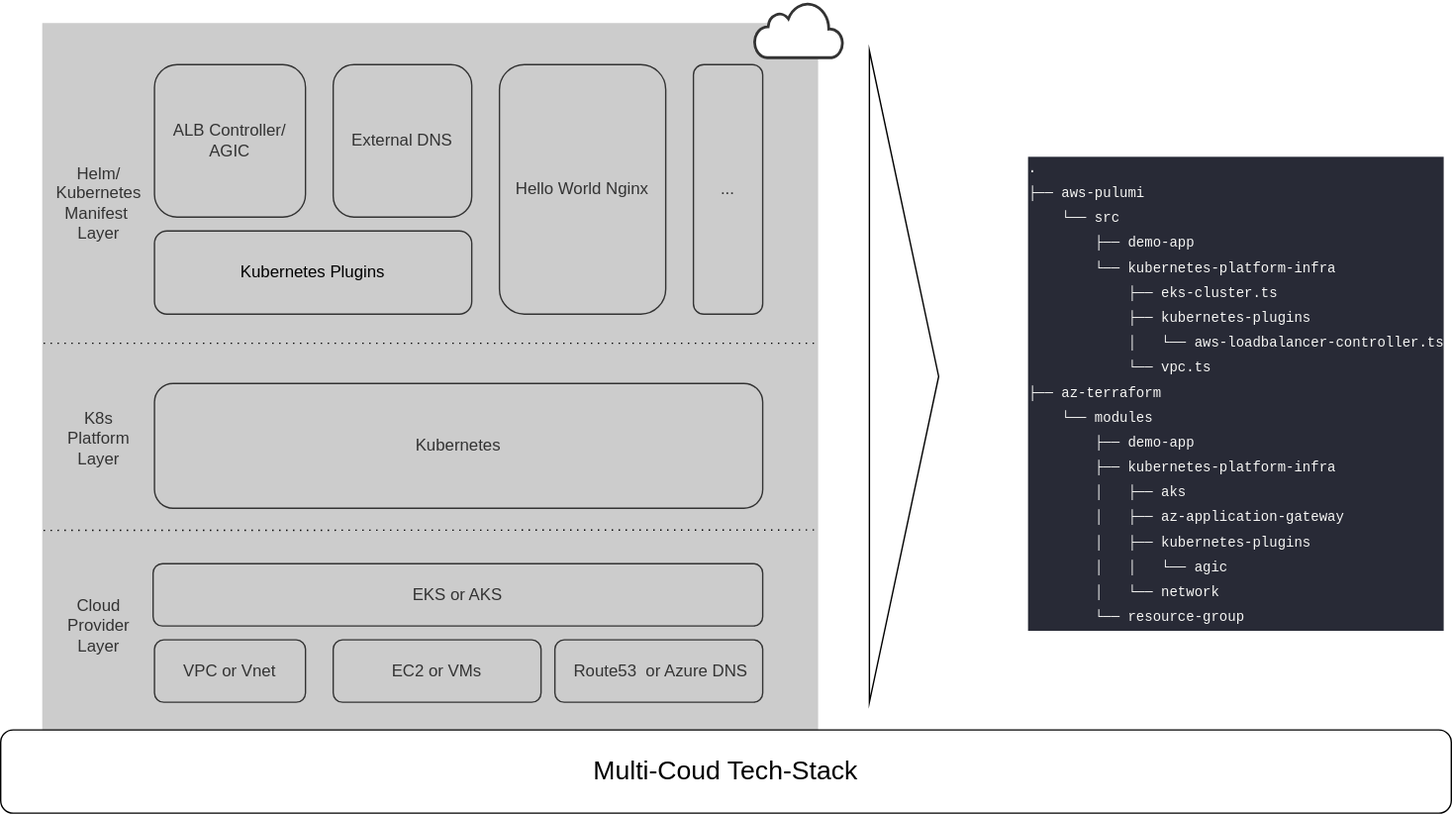
The draw.io diagram images/cloud-agnostic-tech-stack.svg in flo-kn/cloud-agnostic-container-mgmt, before a commit. Source tidied: cells renumbered, new cells last; positions are measured from the earlier drawing's top-left corner, leaving out a move shared by most shapes.
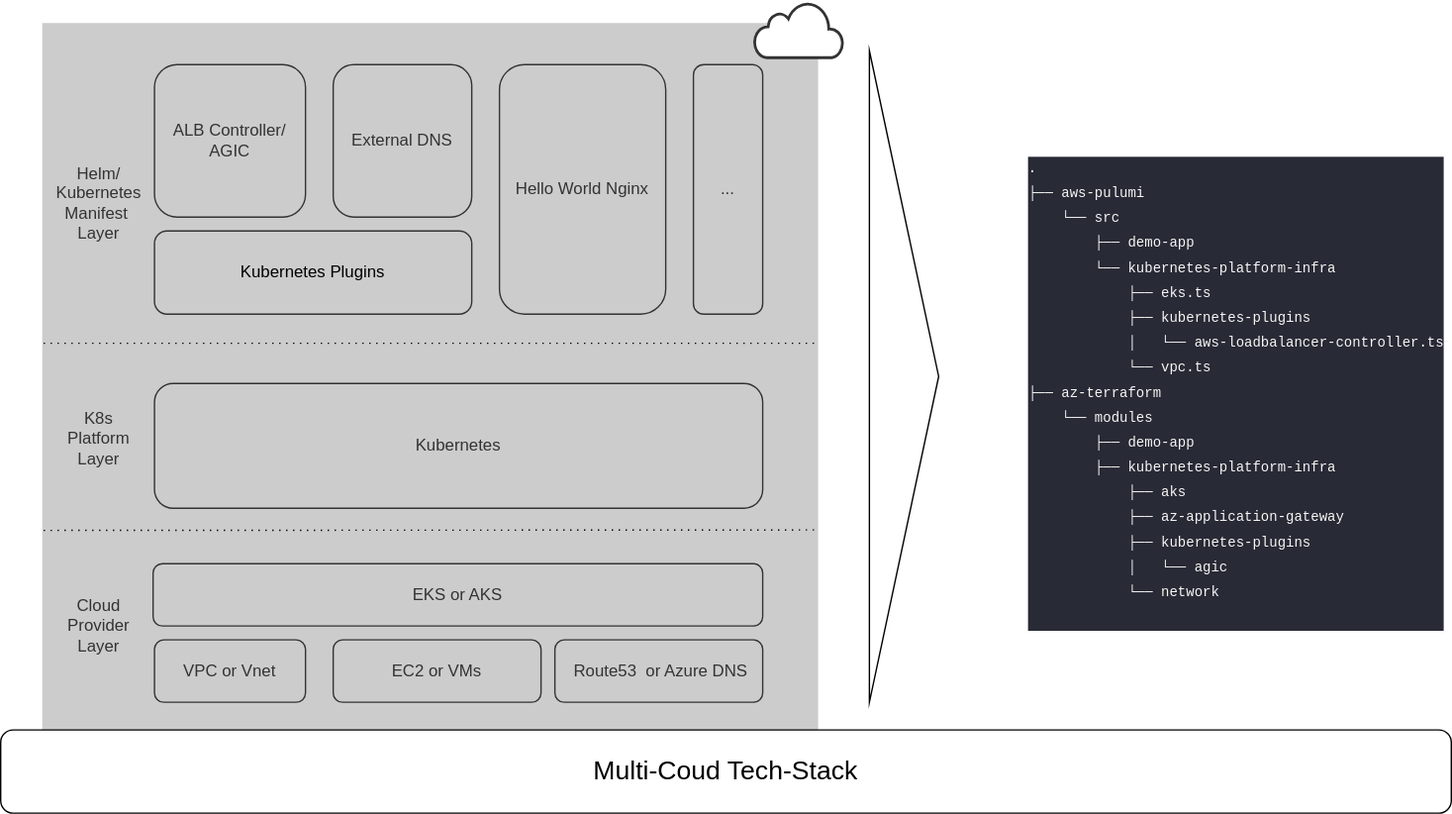
The same diagram one commit later.

What changed in the source:
```diff
@@ -61,7 +61,7 @@
     <mxCell id="19" value="Multi-Coud Tech-Stack" style="rounded=1;whiteSpace=wrap;html=1;fontSize=19;" parent="1" vertex="1">
       <mxGeometry y="525" width="1047" height="60" as="geometry" />
     </mxCell>
-    <mxCell id="20" value="&lt;div style=&quot;color: rgb(246, 246, 244); background-color: rgb(40, 42, 54); font-weight: normal; font-size: 10px; line-height: 18px;&quot;&gt;&lt;div&gt;&lt;span style=&quot;color: #f6f6f4;&quot;&gt;.&lt;/span&gt;&lt;/div&gt;&lt;div&gt;&lt;span style=&quot;color: #f6f6f4;&quot;&gt;├── aws-pulumi&lt;/span&gt;&lt;/div&gt;&lt;div&gt;&lt;span style=&quot;color: #f6f6f4;&quot;&gt;&amp;nbsp; &amp;nbsp; └── src&lt;/span&gt;&lt;/div&gt;&lt;div&gt;&lt;span style=&quot;color: #f6f6f4;&quot;&gt;&amp;nbsp; &amp;nbsp; &amp;nbsp; &amp;nbsp; ├── demo-app&lt;/span&gt;&lt;/div&gt;&lt;div&gt;&lt;span style=&quot;color: #f6f6f4;&quot;&gt;&amp;nbsp; &amp;nbsp; &amp;nbsp; &amp;nbsp; └── kubernetes-platform-infra&lt;/span&gt;&lt;/div&gt;&lt;div&gt;&lt;span style=&quot;color: #f6f6f4;&quot;&gt;&amp;nbsp; &amp;nbsp; &amp;nbsp; &amp;nbsp; &amp;nbsp; &amp;nbsp; ├── eks-cluster.ts&lt;/span&gt;&lt;/div&gt;&lt;div&gt;&lt;span style=&quot;color: #f6f6f4;&quot;&gt;&amp;nbsp; &amp;nbsp; &amp;nbsp; &amp;nbsp; &amp;nbsp; &amp;nbsp; ├── kubernetes-plugins&lt;/span&gt;&lt;/div&gt;&lt;div&gt;&lt;span style=&quot;color: #f6f6f4;&quot;&gt;&amp;nbsp; &amp;nbsp; &amp;nbsp; &amp;nbsp; &amp;nbsp; &amp;nbsp; │&amp;nbsp; &amp;nbsp;└── aws-loadbalancer-controller.ts&lt;/span&gt;&lt;/div&gt;&lt;div&gt;&lt;span style=&quot;color: #f6f6f4;&quot;&gt;&amp;nbsp; &amp;nbsp; &amp;nbsp; &amp;nbsp; &amp;nbsp; &amp;nbsp; └── vpc.ts&lt;/span&gt;&lt;/div&gt;&lt;div&gt;&lt;span style=&quot;color: #f6f6f4;&quot;&gt;├── az-terraform&lt;/span&gt;&lt;/div&gt;&lt;div&gt;&lt;span style=&quot;color: #f6f6f4;&quot;&gt;&amp;nbsp; &amp;nbsp; └── modules&lt;/span&gt;&lt;/div&gt;&lt;div&gt;&lt;span style=&quot;color: #f6f6f4;&quot;&gt;&amp;nbsp; &amp;nbsp; &amp;nbsp; &amp;nbsp; ├── demo-app&lt;/span&gt;&lt;/div&gt;&lt;div&gt;&lt;span style=&quot;color: #f6f6f4;&quot;&gt;&amp;nbsp; &amp;nbsp; &amp;nbsp; &amp;nbsp; ├── kubernetes-platform-infra&lt;/span&gt;&lt;/div&gt;&lt;div&gt;&lt;span style=&quot;color: #f6f6f4;&quot;&gt;&amp;nbsp; &amp;nbsp; &amp;nbsp; &amp;nbsp; │&amp;nbsp; &amp;nbsp;├── aks&lt;/span&gt;&lt;/div&gt;&lt;div&gt;&lt;span style=&quot;color: #f6f6f4;&quot;&gt;&amp;nbsp; &amp;nbsp; &amp;nbsp; &amp;nbsp; │&amp;nbsp; &amp;nbsp;├── az-application-gateway&lt;/span&gt;&lt;/div&gt;&lt;div&gt;&lt;span style=&quot;color: #f6f6f4;&quot;&gt;&amp;nbsp; &amp;nbsp; &amp;nbsp; &amp;nbsp; │&amp;nbsp; &amp;nbsp;├── kubernetes-plugins&lt;/span&gt;&lt;/div&gt;&lt;div&gt;&lt;span style=&quot;color: #f6f6f4;&quot;&gt;&amp;nbsp; &amp;nbsp; &amp;nbsp; &amp;nbsp; │&amp;nbsp; &amp;nbsp;│&amp;nbsp; &amp;nbsp;└── agic&lt;/span&gt;&lt;/div&gt;&lt;div&gt;&lt;span style=&quot;color: #f6f6f4;&quot;&gt;&amp;nbsp; &amp;nbsp; &amp;nbsp; &amp;nbsp; │&amp;nbsp; &amp;nbsp;└── network&lt;/span&gt;&lt;/div&gt;&lt;div&gt;&lt;span style=&quot;color: #f6f6f4;&quot;&gt;&amp;nbsp; &amp;nbsp; &amp;nbsp; &amp;nbsp; └── resource-group&lt;/span&gt;&lt;/div&gt;&lt;/div&gt;" style="text;whiteSpace=wrap;html=1;fontFamily=Courier New;" parent="1" vertex="1">
+    <mxCell id="20" value="&lt;div style=&quot;color: rgb(246, 246, 244); background-color: rgb(40, 42, 54); font-weight: normal; font-size: 10px; line-height: 18px;&quot;&gt;&lt;div&gt;&lt;span style=&quot;color: #f6f6f4;&quot;&gt;.&lt;/span&gt;&lt;/div&gt;&lt;div&gt;&lt;span style=&quot;color: #f6f6f4;&quot;&gt;├── aws-pulumi&lt;/span&gt;&lt;/div&gt;&lt;div&gt;&lt;span style=&quot;color: #f6f6f4;&quot;&gt;&amp;nbsp; &amp;nbsp; └── src&lt;/span&gt;&lt;/div&gt;&lt;div&gt;&lt;span style=&quot;color: #f6f6f4;&quot;&gt;&amp;nbsp; &amp;nbsp; &amp;nbsp; &amp;nbsp; ├── demo-app&lt;/span&gt;&lt;/div&gt;&lt;div&gt;&lt;span style=&quot;color: #f6f6f4;&quot;&gt;&amp;nbsp; &amp;nbsp; &amp;nbsp; &amp;nbsp; └── kubernetes-platform-infra&lt;/span&gt;&lt;/div&gt;&lt;div&gt;&lt;span style=&quot;color: #f6f6f4;&quot;&gt;&amp;nbsp; &amp;nbsp; &amp;nbsp; &amp;nbsp; &amp;nbsp; &amp;nbsp; ├── eks.ts&lt;/span&gt;&lt;/div&gt;&lt;div&gt;&lt;span style=&quot;color: #f6f6f4;&quot;&gt;&amp;nbsp; &amp;nbsp; &amp;nbsp; &amp;nbsp; &amp;nbsp; &amp;nbsp; ├── kubernetes-plugins&lt;/span&gt;&lt;/div&gt;&lt;div&gt;&lt;span style=&quot;color: #f6f6f4;&quot;&gt;&amp;nbsp; &amp;nbsp; &amp;nbsp; &amp;nbsp; &amp;nbsp; &amp;nbsp; │&amp;nbsp; &amp;nbsp;└── aws-loadbalancer-controller.ts&lt;/span&gt;&lt;/div&gt;&lt;div&gt;&lt;span style=&quot;color: #f6f6f4;&quot;&gt;&amp;nbsp; &amp;nbsp; &amp;nbsp; &amp;nbsp; &amp;nbsp; &amp;nbsp; └── vpc.ts&lt;/span&gt;&lt;/div&gt;&lt;div&gt;&lt;span style=&quot;color: #f6f6f4;&quot;&gt;├── az-terraform&lt;/span&gt;&lt;/div&gt;&lt;div&gt;&lt;span style=&quot;color: #f6f6f4;&quot;&gt;&amp;nbsp; &amp;nbsp; └── modules&lt;/span&gt;&lt;/div&gt;&lt;div&gt;&lt;span style=&quot;color: #f6f6f4;&quot;&gt;&amp;nbsp; &amp;nbsp; &amp;nbsp; &amp;nbsp; ├── demo-app&lt;/span&gt;&lt;/div&gt;&lt;div&gt;&lt;span style=&quot;color: #f6f6f4;&quot;&gt;&amp;nbsp; &amp;nbsp; &amp;nbsp; &amp;nbsp; ├── kubernetes-platform-infra&lt;/span&gt;&lt;/div&gt;&lt;div&gt;&lt;span style=&quot;color: #f6f6f4;&quot;&gt;&amp;nbsp; &amp;nbsp; &amp;nbsp; &amp;nbsp; &amp;nbsp; &amp;nbsp; ├── aks&lt;/span&gt;&lt;/div&gt;&lt;div&gt;&lt;span style=&quot;color: #f6f6f4;&quot;&gt;&amp;nbsp; &amp;nbsp; &amp;nbsp; &amp;nbsp; &amp;nbsp; &amp;nbsp; ├── az-application-gateway&lt;/span&gt;&lt;/div&gt;&lt;div&gt;&lt;span style=&quot;color: #f6f6f4;&quot;&gt;&amp;nbsp; &amp;nbsp; &amp;nbsp; &amp;nbsp; &amp;nbsp; &amp;nbsp; ├── kubernetes-plugins&lt;/span&gt;&lt;/div&gt;&lt;div&gt;&lt;span style=&quot;color: #f6f6f4;&quot;&gt;&amp;nbsp; &amp;nbsp; &amp;nbsp; &amp;nbsp; &amp;nbsp; &amp;nbsp; │&amp;nbsp; &amp;nbsp;└── agic&lt;/span&gt;&lt;/div&gt;&lt;div&gt;&lt;span style=&quot;color: #f6f6f4;&quot;&gt;&amp;nbsp; &amp;nbsp; &amp;nbsp; &amp;nbsp; &amp;nbsp; &amp;nbsp; └── network&lt;/span&gt;&lt;/div&gt;&lt;div&gt;&lt;br&gt;&lt;/div&gt;&lt;/div&gt;" style="text;whiteSpace=wrap;html=1;fontFamily=Courier New;" parent="1" vertex="1">
       <mxGeometry x="740" y="105" width="307" height="370" as="geometry" />
     </mxCell>
     <mxCell id="21" style="triangle;whiteSpace=wrap;html=1;" parent="1" vertex="1">
```
